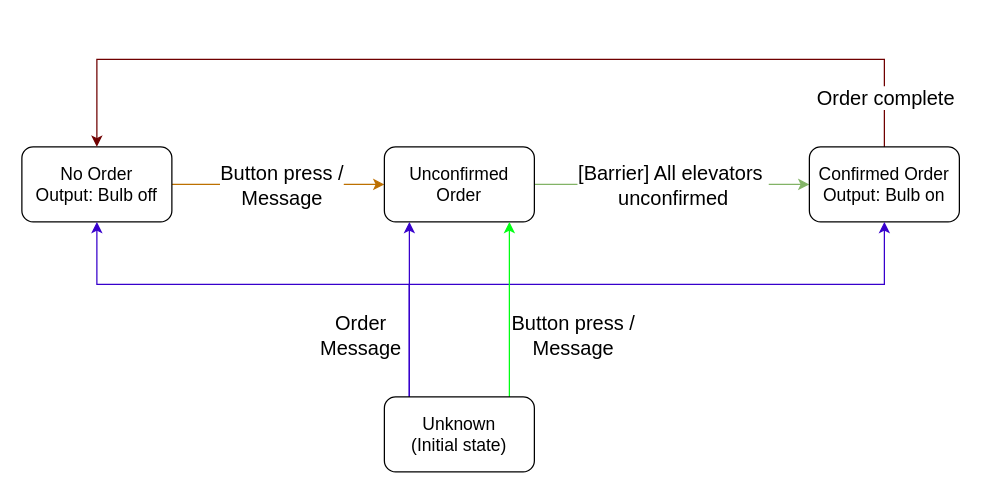
The draw.io diagram Documentation/orderState.drawio in jensmunkerud/ElevatorProject, before the edit. Source tidied: cells renumbered, new cells numbered last; positions are measured from the earlier drawing's top-left corner, leaving out a move shared by most shapes. Both pictures are drawn from the tidied source at 125%, with x=0, y=0 at pixel (21, 59).
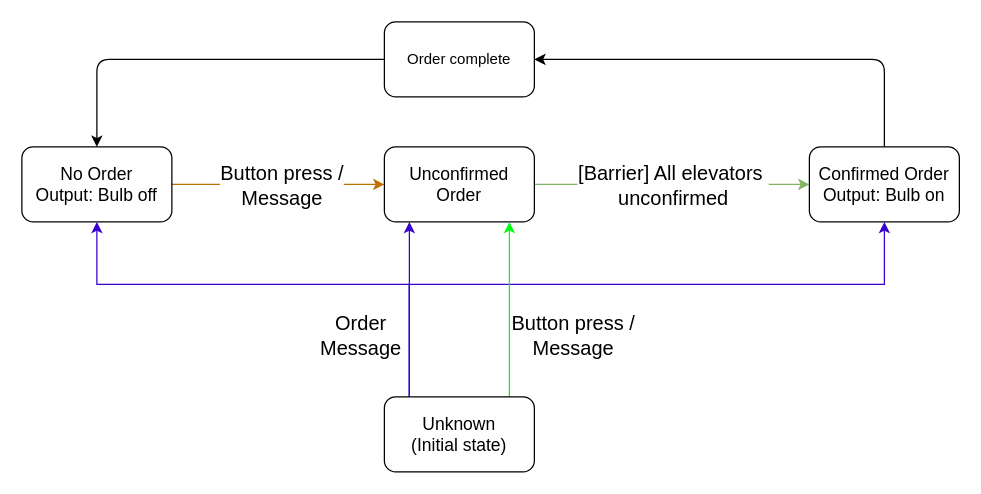
Above is the later version.

The change refers to these unchanged cells:
```xml
<mxCell id="4" value="No Order&lt;div&gt;Output: Bulb off&lt;/div&gt;" style="rounded=1;whiteSpace=wrap;html=1;fontSize=14;" parent="1" vertex="1">
  <mxGeometry y="70" width="120" height="60" as="geometry" />
</mxCell>
<mxCell id="10" value="Confirmed Order&lt;div&gt;Output: Bulb on&lt;/div&gt;" style="rounded=1;whiteSpace=wrap;html=1;fontSize=14;" parent="1" vertex="1">
  <mxGeometry x="630" y="70" width="120" height="60" as="geometry" />
</mxCell>
```

Diff of the diagram source:
```diff
@@
-    <mxCell id="8" style="edgeStyle=orthogonalEdgeStyle;rounded=0;jettySize=auto;html=1;entryX=0.5;entryY=0;entryDx=0;entryDy=0;fillColor=#a20025;strokeColor=light-dark(#6F0000,#FF0800);" parent="1" edge="1" source="10" target="4">
-      <mxGeometry relative="1" as="geometry">
-        <Array as="points">
-          <mxPoint x="690" />
-          <mxPoint x="60" />
-        </Array>
-      </mxGeometry>
-    </mxCell>
-    <mxCell id="9" value="Order complete" style="edgeLabel;html=1;align=center;verticalAlign=middle;points=[];fontSize=16;" parent="8" vertex="1">
-      <mxGeometry x="-0.06" y="3" relative="1" as="geometry">
-        <mxPoint x="292" y="27" as="offset" />
-      </mxGeometry>
-    </mxCell>
+    <mxCell id="18" style="edgeStyle=none;html=1;entryX=1;entryY=0.5;entryDx=0;entryDy=0;rounded=1;curved=0;" parent="1" edge="1" source="10" target="9">
+      <mxGeometry relative="1" as="geometry">
+        <Array as="points">
+          <mxPoint x="690" />
+        </Array>
+      </mxGeometry>
+    </mxCell>
@@
+    <mxCell id="19" style="edgeStyle=none;html=1;entryX=0.5;entryY=0;entryDx=0;entryDy=0;" parent="1" edge="1" source="9" target="4">
+      <mxGeometry relative="1" as="geometry">
+        <Array as="points">
+          <mxPoint x="60" />
+        </Array>
+      </mxGeometry>
+    </mxCell>
+    <mxCell id="9" value="Order complete" style="rounded=1;whiteSpace=wrap;html=1;" parent="1" vertex="1">
+      <mxGeometry x="290" y="-30" width="120" height="60" as="geometry" />
+    </mxCell>
```
